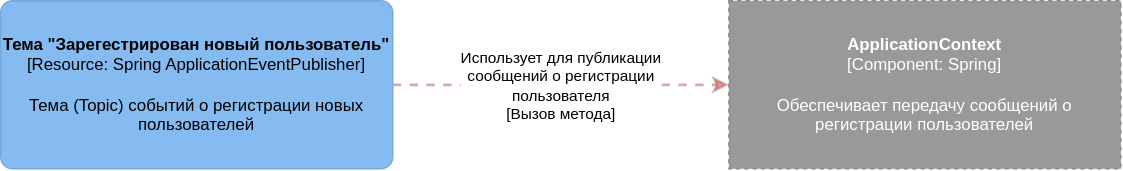
This is azhidkov.pro/content/effects-diagram/images/spec/resource-component.svg from d-r-q/developing-ergonomic-code, a draw.io export, as it was before one commit. Source tidied: cells renumbered, new cells last; positions are measured from the earlier drawing's top-left corner, leaving out a move shared by most shapes. Source of this version:
```xml
<mxGraphModel>
  <root>
    <mxCell id="0" />
    <mxCell id="1" parent="0" />
    <mxCell id="2" style="edgeStyle=orthogonalEdgeStyle;jettySize=auto;html=1;startArrow=none;startFill=0;endArrow=classic;endFill=1;strokeColor=#B85450;strokeWidth=2;dashed=1;opacity=50;fillColor=#f8cecc;" parent="1" edge="1" source="4" target="5">
      <mxGeometry relative="1" as="geometry">
        <Array as="points">
          <mxPoint x="520" y="60" />
        </Array>
      </mxGeometry>
    </mxCell>
    <mxCell id="3" value="Использует для публикации&lt;br&gt;сообщений о регистрации &lt;br&gt;пользователя&lt;br&gt;[Вызов метода]" style="edgeLabel;html=1;align=center;verticalAlign=middle;" parent="2" vertex="1">
      <mxGeometry x="-0.77" y="2" relative="1" as="geometry">
        <mxPoint x="92" y="2" as="offset" />
      </mxGeometry>
    </mxCell>
    <object id="4" label="&lt;b&gt;Тема &quot;Зарегестрирован новый пользователь&quot;&lt;/b&gt;&lt;br&gt;[Resource: Spring ApplicationEventPublisher]&lt;br&gt;&lt;br&gt;Тема (Topic) событий о регистрации новых пользователей" c4Description="Description" c4Name="name" c4Technology="technology" c4Type="Component" placeholders="1">
      <mxCell style="rounded=1;whiteSpace=wrap;html=1;labelBackgroundColor=none;fillColor=#85bbf0;fontColor=#000000;align=center;arcSize=7;strokeColor=#78a8d8;" parent="1" vertex="1">
        <mxGeometry width="280" height="120" as="geometry" />
      </mxCell>
    </object>
    <object id="5" label="&lt;b&gt;ApplicationContext&lt;/b&gt;&lt;br&gt;&lt;div&gt;[Component: Spring&lt;span&gt;]&lt;/span&gt;&lt;/div&gt;&lt;div&gt;&lt;br&gt;&lt;/div&gt;&lt;div&gt;Обеспечивает передачу сообщений о регистрации пользователей&lt;/div&gt;" c4Description="Description" c4Name="name" c4Technology="technology" c4Type="Component" placeholders="1">
      <mxCell style="rounded=0;whiteSpace=wrap;html=1;labelBackgroundColor=none;fillColor=#999999;fontColor=#ffffff;align=center;arcSize=7;strokeColor=#8a8a8a;shadow=0;glass=0;dashed=1;sketch=0;" parent="1" vertex="1">
        <mxGeometry x="520" width="280" height="120" as="geometry" />
      </mxCell>
    </object>
  </root>
</mxGraphModel>
```
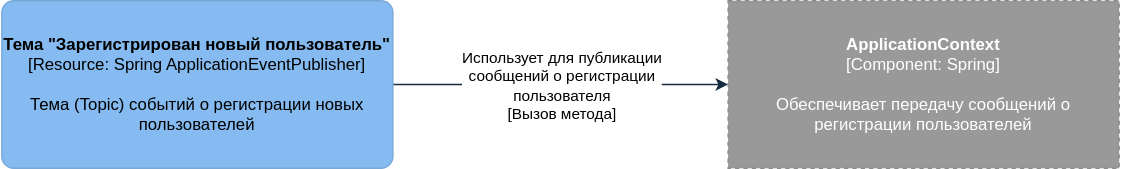
The same diagram one commit later.

Diff of the diagram source:
```diff
@@ -2,7 +2,7 @@
   <root>
     <mxCell id="0" />
     <mxCell id="1" parent="0" />
-    <mxCell id="2" style="edgeStyle=orthogonalEdgeStyle;jettySize=auto;html=1;startArrow=none;startFill=0;endArrow=classic;endFill=1;strokeColor=#B85450;strokeWidth=2;dashed=1;opacity=50;fillColor=#f8cecc;" parent="1" edge="1" source="4" target="5">
+    <mxCell id="2" style="edgeStyle=orthogonalEdgeStyle;jettySize=auto;html=1;startArrow=none;startFill=0;endArrow=classic;endFill=1;strokeColor=#152C42;strokeWidth=1;fillColor=#f8cecc;" parent="1" edge="1" source="4" target="5">
       <mxGeometry relative="1" as="geometry">
         <Array as="points">
           <mxPoint x="520" y="60" />
@@ -14,7 +14,7 @@
         <mxPoint x="92" y="2" as="offset" />
       </mxGeometry>
     </mxCell>
-    <object id="4" label="&lt;b&gt;Тема &quot;Зарегестрирован новый пользователь&quot;&lt;/b&gt;&lt;br&gt;[Resource: Spring ApplicationEventPublisher]&lt;br&gt;&lt;br&gt;Тема (Topic) событий о регистрации новых пользователей" c4Description="Description" c4Name="name" c4Technology="technology" c4Type="Component" placeholders="1">
+    <object id="4" label="&lt;b&gt;Тема &quot;Зарегистрирован новый пользователь&quot;&lt;/b&gt;&lt;br&gt;[Resource: Spring ApplicationEventPublisher]&lt;br&gt;&lt;br&gt;Тема (Topic) событий о регистрации новых пользователей" c4Description="Description" c4Name="name" c4Technology="technology" c4Type="Component" placeholders="1">
       <mxCell style="rounded=1;whiteSpace=wrap;html=1;labelBackgroundColor=none;fillColor=#85bbf0;fontColor=#000000;align=center;arcSize=7;strokeColor=#78a8d8;" parent="1" vertex="1">
         <mxGeometry width="280" height="120" as="geometry" />
       </mxCell>
```
